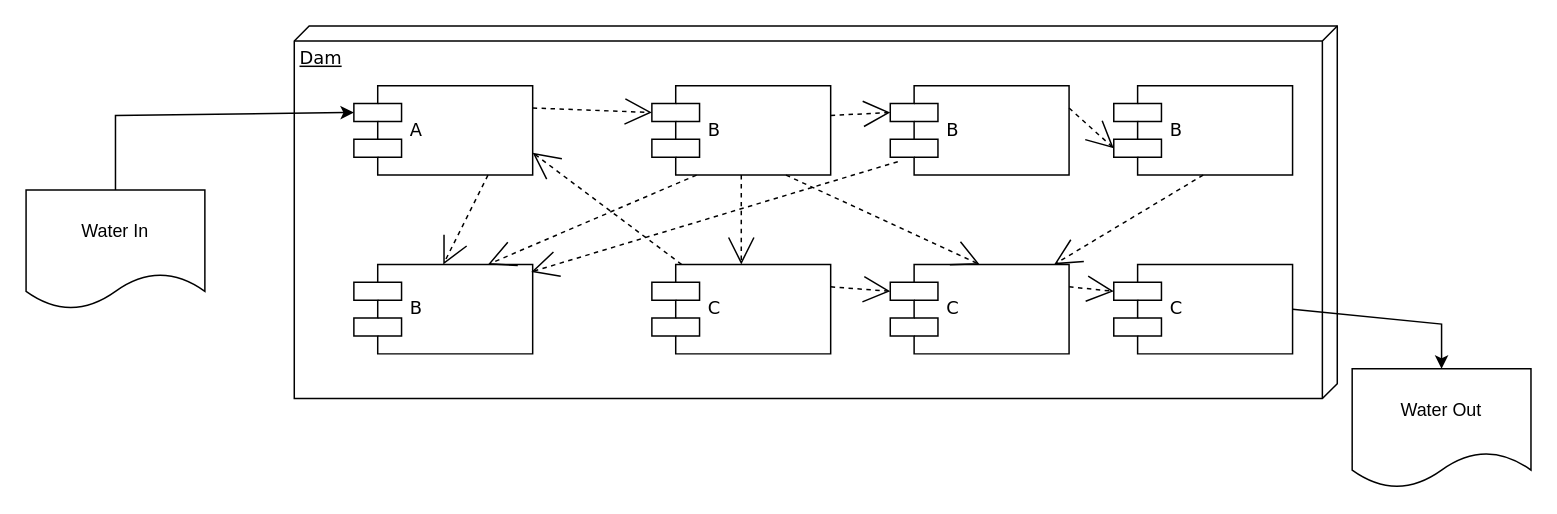
Earlier version of the draw.io diagram page "FirstComponents" (2 of 5) of figures/ComponentDiagram1.drawio (INTERSECT-training/workshop22-software-design). Source tidied: cells renumbered, new cells numbered last; positions are measured from the earlier drawing's top-left corner, leaving out a move shared by most shapes. Both pictures are drawn from the tidied source at 149%, with x=0, y=0 at pixel (25, 25).
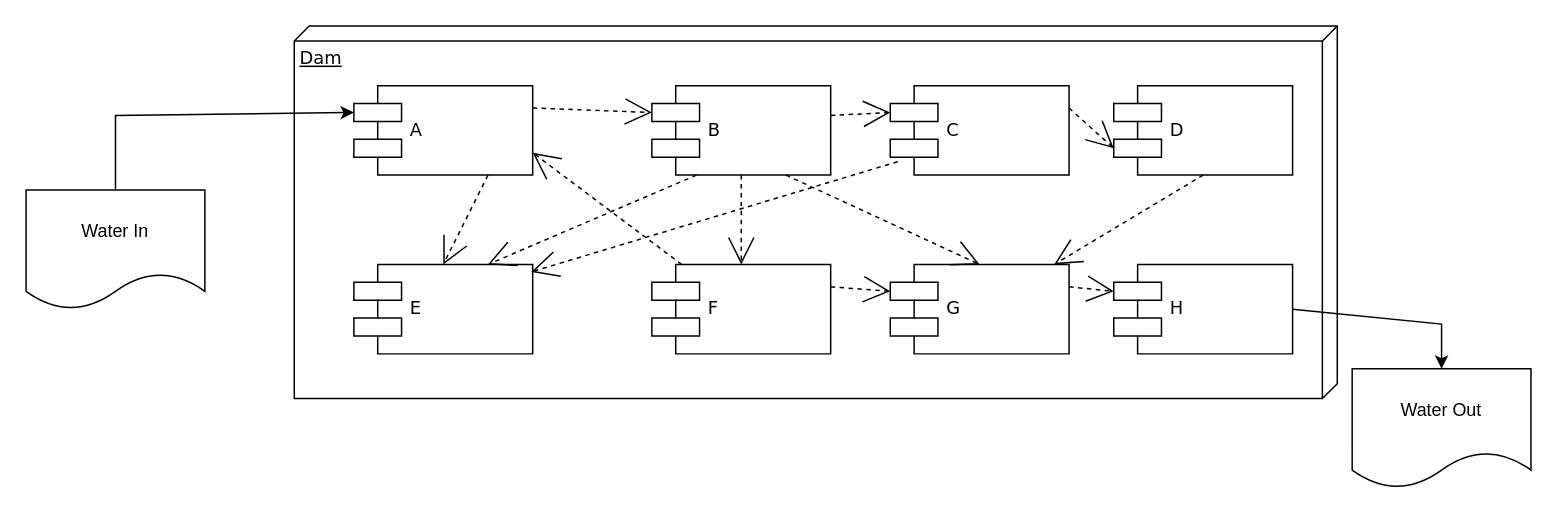
After the change.

Diff of the diagram source:
```diff
@@
-    <mxCell id="6" value="C" style="shape=component;align=left;spacingLeft=36;rounded=0;shadow=0;comic=0;labelBackgroundColor=none;strokeWidth=1;fontFamily=Verdana;fontSize=12;html=1;" parent="1" vertex="1">
+    <mxCell id="6" value="H" style="shape=component;align=left;spacingLeft=36;rounded=0;shadow=0;comic=0;labelBackgroundColor=none;strokeWidth=1;fontFamily=Verdana;fontSize=12;html=1;" parent="1" vertex="1">
       <mxGeometry x="730" y="160" width="120" height="60" as="geometry" />
     </mxCell>
@@
-    <mxCell id="13" value="B" style="shape=component;align=left;spacingLeft=36;rounded=0;shadow=0;comic=0;labelBackgroundColor=none;strokeWidth=1;fontFamily=Verdana;fontSize=12;html=1;" parent="1" vertex="1">
+    <mxCell id="13" value="C" style="shape=component;align=left;spacingLeft=36;rounded=0;shadow=0;comic=0;labelBackgroundColor=none;strokeWidth=1;fontFamily=Verdana;fontSize=12;html=1;" parent="1" vertex="1">
       <mxGeometry x="580" y="40" width="120" height="60" as="geometry" />
     </mxCell>
-    <mxCell id="14" value="B" style="shape=component;align=left;spacingLeft=36;rounded=0;shadow=0;comic=0;labelBackgroundColor=none;strokeWidth=1;fontFamily=Verdana;fontSize=12;html=1;" parent="1" vertex="1">
+    <mxCell id="14" value="D" style="shape=component;align=left;spacingLeft=36;rounded=0;shadow=0;comic=0;labelBackgroundColor=none;strokeWidth=1;fontFamily=Verdana;fontSize=12;html=1;" parent="1" vertex="1">
       <mxGeometry x="730" y="40" width="120" height="60" as="geometry" />
     </mxCell>
-    <mxCell id="15" value="C" style="shape=component;align=left;spacingLeft=36;rounded=0;shadow=0;comic=0;labelBackgroundColor=none;strokeWidth=1;fontFamily=Verdana;fontSize=12;html=1;" parent="1" vertex="1">
+    <mxCell id="15" value="G" style="shape=component;align=left;spacingLeft=36;rounded=0;shadow=0;comic=0;labelBackgroundColor=none;strokeWidth=1;fontFamily=Verdana;fontSize=12;html=1;" parent="1" vertex="1">
       <mxGeometry x="580" y="160" width="120" height="60" as="geometry" />
     </mxCell>
-    <mxCell id="16" value="C" style="shape=component;align=left;spacingLeft=36;rounded=0;shadow=0;comic=0;labelBackgroundColor=none;strokeWidth=1;fontFamily=Verdana;fontSize=12;html=1;" parent="1" vertex="1">
+    <mxCell id="16" value="F" style="shape=component;align=left;spacingLeft=36;rounded=0;shadow=0;comic=0;labelBackgroundColor=none;strokeWidth=1;fontFamily=Verdana;fontSize=12;html=1;" parent="1" vertex="1">
       <mxGeometry x="420" y="160" width="120" height="60" as="geometry" />
     </mxCell>
-    <mxCell id="17" value="B" style="shape=component;align=left;spacingLeft=36;rounded=0;shadow=0;comic=0;labelBackgroundColor=none;strokeWidth=1;fontFamily=Verdana;fontSize=12;html=1;" parent="1" vertex="1">
+    <mxCell id="17" value="E" style="shape=component;align=left;spacingLeft=36;rounded=0;shadow=0;comic=0;labelBackgroundColor=none;strokeWidth=1;fontFamily=Verdana;fontSize=12;html=1;" parent="1" vertex="1">
       <mxGeometry x="220" y="160" width="120" height="60" as="geometry" />
     </mxCell>
```
